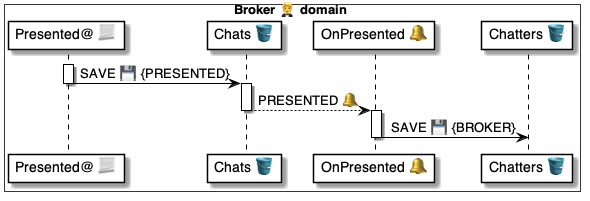
Before: 4 ⚙️ Solution/20 🧑‍🦰 UI/Brokers 🤵/🤵🪣 Broker tables/Chats 💬 table/🪣🔔 on Presented/🤵 OnChatPresented ⚙️ uml.png, a diagram exported from PlantUML (pollyweb-org/pollyweb-docs). Its source is kept beside it as 4 ⚙️ Solution/20 🧑‍🦰 UI/Brokers 🤵/🤵🪣 Broker tables/Chats 💬 table/🪣🔔 on Presented/🤵 OnChatPresented ⚙️ uml.puml.
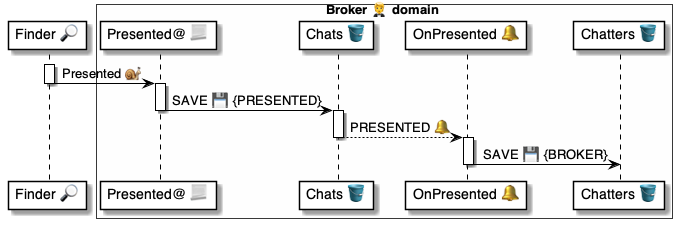
The same file after the commit.

What changed in the source:
```diff
@@ -1,5 +1,6 @@
 @startuml OnChatPresented
 
+participant "Finder 🔎" as finder
 
 box Broker 🤵 domain #FFFFFA
     participant "Presented@ 📃" as script
@@ -8,6 +9,9 @@
     participant "Chatters 🪣" as chatters
 end box
 
+activate finder
+    finder -> script: Presented 🐌
+deactivate finder
 
 activate script
     script -> chats: SAVE 💾 {PRESENTED}
```
